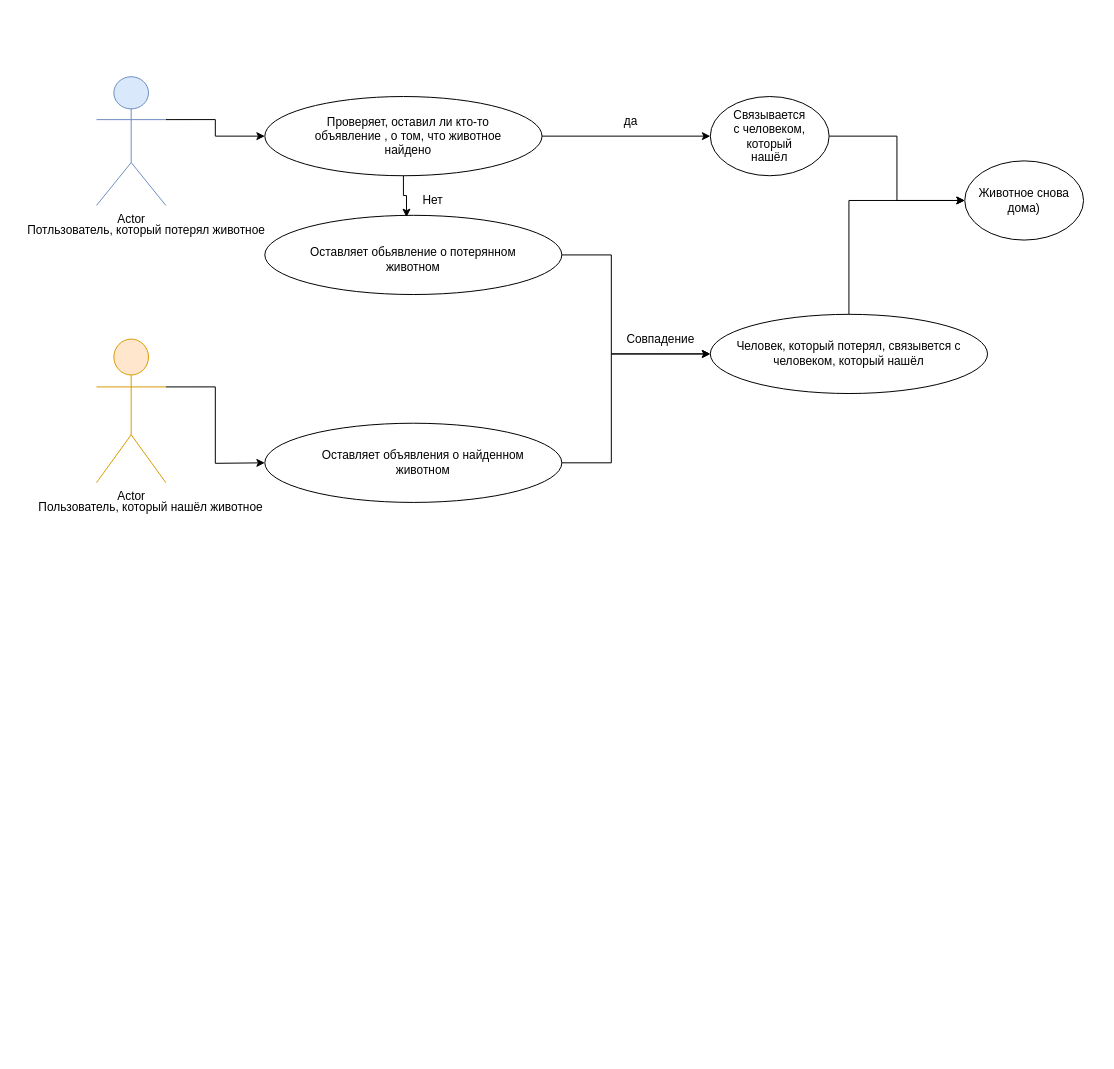
Before: page "Страница — 1" (1 of 2) of Диаграмма без названия.drawio in AnnDets/Find-your-pet, a draw.io diagram. Source tidied: cells renumbered, new cells numbered last; positions are measured from the earlier drawing's top-left corner, leaving out a move shared by most shapes. Both pictures are drawn from the tidied source at 99%, with x=0, y=0 at pixel (17, 76).
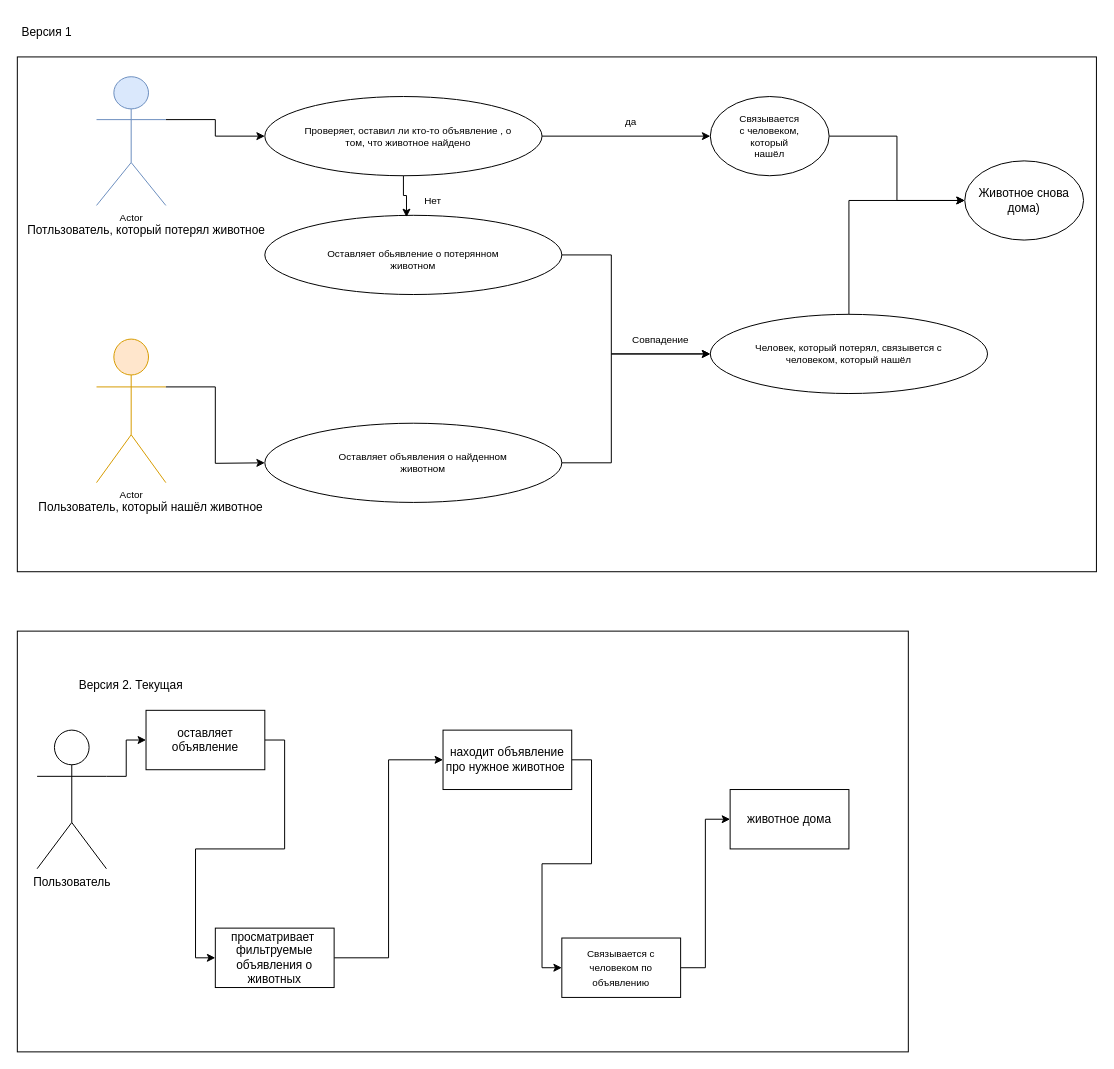
Above is the later version.

Commit message:
Обновление версия 2.drawio

Unchanged cells that the change refers to:
```xml
<mxCell id="27" value="Животное снова дома)" style="ellipse;whiteSpace=wrap;html=1;" parent="1" vertex="1">
  <mxGeometry x="957" y="85" width="120" height="80" as="geometry" />
</mxCell>
```

What changed in the source:
```diff
@@
+    <mxCell id="28" style="rounded=0;whiteSpace=wrap;html=1;" parent="1" vertex="1">
+      <mxGeometry y="560" width="900" height="425" as="geometry" />
+    </mxCell>
+    <mxCell id="29" style="whiteSpace=wrap;html=1;" parent="1" vertex="1">
+      <mxGeometry y="-20" width="1090" height="520" as="geometry" />
+    </mxCell>
-    <mxCell id="2" style="edgeStyle=orthogonalEdgeStyle;rounded=0;jettySize=auto;html=1;exitX=1;exitY=0.3333333333333333;exitDx=0;exitDy=0;exitPerimeter=0;entryX=0;entryY=0.5;entryDx=0;entryDy=0;" parent="1" edge="1" source="3" target="9">
+    <mxCell id="2" style="edgeStyle=orthogonalEdgeStyle;rounded=0;jettySize=auto;html=1;exitX=1;exitY=0.3333333333333333;exitDx=0;exitDy=0;exitPerimeter=0;entryX=0;entryY=0.5;entryDx=0;entryDy=0;fontSize=10;" parent="1" edge="1" source="3" target="9">
       <mxGeometry relative="1" as="geometry" />
     </mxCell>
-    <mxCell id="3" value="Actor" style="shape=umlActor;verticalLabelPosition=bottom;verticalAlign=top;html=1;outlineConnect=0;fillColor=#dae8fc;strokeColor=#6c8ebf;" parent="1" vertex="1">
+    <mxCell id="3" value="Actor" style="shape=umlActor;verticalLabelPosition=bottom;verticalAlign=top;html=1;outlineConnect=0;fillColor=#dae8fc;strokeColor=#6c8ebf;fontSize=10;" parent="1" vertex="1">
       <mxGeometry x="80" width="70" height="130" as="geometry" />
     </mxCell>
-    <mxCell id="4" style="edgeStyle=orthogonalEdgeStyle;rounded=0;jettySize=auto;html=1;exitX=1;exitY=0.3333333333333333;exitDx=0;exitDy=0;exitPerimeter=0;entryX=0;entryY=0.5;entryDx=0;entryDy=0;" parent="1" edge="1" source="5">
+    <mxCell id="4" style="edgeStyle=orthogonalEdgeStyle;rounded=0;jettySize=auto;html=1;exitX=1;exitY=0.3333333333333333;exitDx=0;exitDy=0;exitPerimeter=0;entryX=0;entryY=0.5;entryDx=0;entryDy=0;fontSize=10;" parent="1" edge="1" source="5">
       <mxGeometry relative="1" as="geometry">
         <mxPoint x="250" y="390" as="targetPoint" />
       </mxGeometry>
     </mxCell>
-    <mxCell id="5" value="Actor" style="shape=umlActor;verticalLabelPosition=bottom;verticalAlign=top;html=1;outlineConnect=0;fillColor=#ffe6cc;strokeColor=#d79b00;" parent="1" vertex="1">
+    <mxCell id="5" value="Actor" style="shape=umlActor;verticalLabelPosition=bottom;verticalAlign=top;html=1;outlineConnect=0;fillColor=#ffe6cc;strokeColor=#d79b00;fontSize=10;" parent="1" vertex="1">
       <mxGeometry x="80" y="265" width="70" height="145" as="geometry" />
     </mxCell>
@@
-    <mxCell id="8" style="edgeStyle=orthogonalEdgeStyle;rounded=0;jettySize=auto;html=1;exitX=1;exitY=0.5;exitDx=0;exitDy=0;entryX=0;entryY=0.5;entryDx=0;entryDy=0;" parent="1" edge="1" source="9" target="15">
+    <mxCell id="8" style="edgeStyle=orthogonalEdgeStyle;rounded=0;jettySize=auto;html=1;exitX=1;exitY=0.5;exitDx=0;exitDy=0;entryX=0;entryY=0.5;entryDx=0;entryDy=0;fontSize=10;" parent="1" edge="1" source="9" target="15">
       <mxGeometry relative="1" as="geometry" />
     </mxCell>
-    <mxCell id="9" style="ellipse;whiteSpace=wrap;html=1;" parent="1" vertex="1">
+    <mxCell id="9" style="ellipse;whiteSpace=wrap;html=1;fontSize=10;" parent="1" vertex="1">
       <mxGeometry x="250" y="20" width="280" height="80" as="geometry" />
     </mxCell>
-    <mxCell id="10" style="edgeStyle=orthogonalEdgeStyle;rounded=0;jettySize=auto;html=1;exitX=1;exitY=0.5;exitDx=0;exitDy=0;entryX=0;entryY=0.5;entryDx=0;entryDy=0;" parent="1" edge="1" source="11" target="24">
+    <mxCell id="10" style="edgeStyle=orthogonalEdgeStyle;rounded=0;jettySize=auto;html=1;exitX=1;exitY=0.5;exitDx=0;exitDy=0;entryX=0;entryY=0.5;entryDx=0;entryDy=0;fontSize=10;" parent="1" edge="1" source="11" target="24">
       <mxGeometry relative="1" as="geometry">
         <Array as="points">
           <mxPoint x="600" y="180" />
           <mxPoint x="600" y="280" />
         </Array>
       </mxGeometry>
     </mxCell>
-    <mxCell id="11" style="ellipse;whiteSpace=wrap;html=1;" parent="1" vertex="1">
+    <mxCell id="11" style="ellipse;whiteSpace=wrap;html=1;fontSize=10;" parent="1" vertex="1">
       <mxGeometry x="250" y="140" width="300" height="80" as="geometry" />
     </mxCell>
-    <mxCell id="12" value="Проверяет, оставил ли кто-то объявление , о том, что животное найдено" style="text;html=1;align=center;verticalAlign=middle;whiteSpace=wrap;rounded=0;" parent="1" vertex="1">
+    <mxCell id="12" value="Проверяет, оставил ли кто-то объявление , о том, что животное найдено" style="text;html=1;align=center;verticalAlign=middle;whiteSpace=wrap;rounded=0;fontSize=10;" parent="1" vertex="1">
       <mxGeometry x="280" y="45" width="230" height="30" as="geometry" />
     </mxCell>
-    <mxCell id="13" style="edgeStyle=orthogonalEdgeStyle;rounded=0;jettySize=auto;html=1;exitX=0.5;exitY=1;exitDx=0;exitDy=0;entryX=0.477;entryY=0.023;entryDx=0;entryDy=0;entryPerimeter=0;" parent="1" edge="1" source="9" target="11">
+    <mxCell id="13" style="edgeStyle=orthogonalEdgeStyle;rounded=0;jettySize=auto;html=1;exitX=0.5;exitY=1;exitDx=0;exitDy=0;entryX=0.477;entryY=0.023;entryDx=0;entryDy=0;entryPerimeter=0;fontSize=10;" parent="1" edge="1" source="9" target="11">
       <mxGeometry relative="1" as="geometry" />
     </mxCell>
-    <mxCell id="14" style="edgeStyle=orthogonalEdgeStyle;rounded=0;jettySize=auto;html=1;exitX=1;exitY=0.5;exitDx=0;exitDy=0;entryX=0;entryY=0.5;entryDx=0;entryDy=0;" parent="1" edge="1" source="15" target="27">
+    <mxCell id="14" style="edgeStyle=orthogonalEdgeStyle;rounded=0;jettySize=auto;html=1;exitX=1;exitY=0.5;exitDx=0;exitDy=0;entryX=0;entryY=0.5;entryDx=0;entryDy=0;fontSize=10;" parent="1" edge="1" source="15" target="27">
       <mxGeometry relative="1" as="geometry" />
     </mxCell>
-    <mxCell id="15" style="ellipse;whiteSpace=wrap;html=1;" parent="1" vertex="1">
+    <mxCell id="15" style="ellipse;whiteSpace=wrap;html=1;fontSize=10;" parent="1" vertex="1">
       <mxGeometry x="700" y="20" width="120" height="80" as="geometry" />
     </mxCell>
-    <mxCell id="16" value="да" style="text;html=1;align=center;verticalAlign=middle;whiteSpace=wrap;rounded=0;" parent="1" vertex="1">
+    <mxCell id="16" value="да" style="text;html=1;align=center;verticalAlign=middle;whiteSpace=wrap;rounded=0;fontSize=10;" parent="1" vertex="1">
       <mxGeometry x="590" y="30" width="60" height="30" as="geometry" />
     </mxCell>
-    <mxCell id="17" value="Связывается с человеком, который нашёл" style="text;html=1;align=center;verticalAlign=middle;whiteSpace=wrap;rounded=0;" parent="1" vertex="1">
+    <mxCell id="17" value="Связывается с человеком, который нашёл" style="text;html=1;align=center;verticalAlign=middle;whiteSpace=wrap;rounded=0;fontSize=10;" parent="1" vertex="1">
       <mxGeometry x="730" y="45" width="60" height="30" as="geometry" />
     </mxCell>
-    <mxCell id="18" value="Нет" style="text;html=1;align=center;verticalAlign=middle;whiteSpace=wrap;rounded=0;" parent="1" vertex="1">
+    <mxCell id="18" value="Нет" style="text;html=1;align=center;verticalAlign=middle;whiteSpace=wrap;rounded=0;fontSize=10;" parent="1" vertex="1">
       <mxGeometry x="390" y="110" width="60" height="30" as="geometry" />
     </mxCell>
-    <mxCell id="19" value="Оставляет обьявление о потерянном животном" style="text;html=1;align=center;verticalAlign=middle;whiteSpace=wrap;rounded=0;" parent="1" vertex="1">
+    <mxCell id="19" value="Оставляет обьявление о потерянном животном" style="text;html=1;align=center;verticalAlign=middle;whiteSpace=wrap;rounded=0;fontSize=10;" parent="1" vertex="1">
       <mxGeometry x="290" y="170" width="220" height="30" as="geometry" />
     </mxCell>
-    <mxCell id="20" style="edgeStyle=orthogonalEdgeStyle;rounded=0;jettySize=auto;html=1;exitX=1;exitY=0.5;exitDx=0;exitDy=0;entryX=0;entryY=0.5;entryDx=0;entryDy=0;" parent="1" edge="1" source="21" target="24">
+    <mxCell id="20" style="edgeStyle=orthogonalEdgeStyle;rounded=0;jettySize=auto;html=1;exitX=1;exitY=0.5;exitDx=0;exitDy=0;entryX=0;entryY=0.5;entryDx=0;entryDy=0;fontSize=10;" parent="1" edge="1" source="21" target="24">
       <mxGeometry relative="1" as="geometry">
         <Array as="points">
           <mxPoint x="600" y="390" />
           <mxPoint x="600" y="280" />
         </Array>
       </mxGeometry>
     </mxCell>
-    <mxCell id="21" style="ellipse;whiteSpace=wrap;html=1;" parent="1" vertex="1">
+    <mxCell id="21" style="ellipse;whiteSpace=wrap;html=1;fontSize=10;" parent="1" vertex="1">
       <mxGeometry x="250" y="350" width="300" height="80" as="geometry" />
     </mxCell>
-    <mxCell id="22" value="Оставляет объявления о найденном животном" style="text;html=1;align=center;verticalAlign=middle;whiteSpace=wrap;rounded=0;" parent="1" vertex="1">
+    <mxCell id="22" value="Оставляет объявления о найденном животном" style="text;html=1;align=center;verticalAlign=middle;whiteSpace=wrap;rounded=0;fontSize=10;" parent="1" vertex="1">
       <mxGeometry x="300" y="375" width="220" height="30" as="geometry" />
     </mxCell>
-    <mxCell id="23" style="edgeStyle=orthogonalEdgeStyle;rounded=0;jettySize=auto;html=1;exitX=0.5;exitY=0;exitDx=0;exitDy=0;entryX=0;entryY=0.5;entryDx=0;entryDy=0;" parent="1" edge="1" source="24" target="27">
+    <mxCell id="23" style="edgeStyle=orthogonalEdgeStyle;rounded=0;jettySize=auto;html=1;exitX=0.5;exitY=0;exitDx=0;exitDy=0;entryX=0;entryY=0.5;entryDx=0;entryDy=0;fontSize=10;" parent="1" edge="1" source="24" target="27">
       <mxGeometry relative="1" as="geometry" />
     </mxCell>
-    <mxCell id="24" style="ellipse;whiteSpace=wrap;html=1;" parent="1" vertex="1">
+    <mxCell id="24" style="ellipse;whiteSpace=wrap;html=1;fontSize=10;" parent="1" vertex="1">
       <mxGeometry x="700" y="240" width="280" height="80" as="geometry" />
     </mxCell>
-    <mxCell id="25" value="Совпадение" style="text;html=1;align=center;verticalAlign=middle;whiteSpace=wrap;rounded=0;" parent="1" vertex="1">
+    <mxCell id="25" value="Совпадение" style="text;html=1;align=center;verticalAlign=middle;whiteSpace=wrap;rounded=0;fontSize=10;" parent="1" vertex="1">
       <mxGeometry x="600" y="250" width="100" height="30" as="geometry" />
     </mxCell>
-    <mxCell id="26" value="Человек, который потерял, связывется с человеком, который нашёл" style="text;html=1;align=center;verticalAlign=middle;whiteSpace=wrap;rounded=0;" parent="1" vertex="1">
+    <mxCell id="26" value="Человек, который потерял, связывется с человеком, который нашёл" style="text;html=1;align=center;verticalAlign=middle;whiteSpace=wrap;rounded=0;fontSize=10;" parent="1" vertex="1">
       <mxGeometry x="720" y="265" width="240" height="30" as="geometry" />
     </mxCell>
@@
+    <mxCell id="30" style="edgeStyle=orthogonalEdgeStyle;rounded=0;jettySize=auto;html=1;exitX=1;exitY=0.3333333333333333;exitDx=0;exitDy=0;exitPerimeter=0;entryX=0;entryY=0.5;entryDx=0;entryDy=0;" parent="1" edge="1" source="31" target="35">
+      <mxGeometry relative="1" as="geometry" />
+    </mxCell>
+    <mxCell id="31" value="Пользователь" style="shape=umlActor;verticalLabelPosition=bottom;verticalAlign=top;html=1;outlineConnect=0;" parent="1" vertex="1">
+      <mxGeometry x="20" y="660" width="70" height="140" as="geometry" />
+    </mxCell>
+    <mxCell id="32" value="Версия 1" style="text;html=1;align=center;verticalAlign=middle;whiteSpace=wrap;rounded=0;" parent="1" vertex="1">
+      <mxGeometry y="-60" width="60" height="30" as="geometry" />
+    </mxCell>
+    <mxCell id="33" value="Версия 2. Текущая" style="text;html=1;align=center;verticalAlign=middle;whiteSpace=wrap;rounded=0;" parent="1" vertex="1">
+      <mxGeometry x="10" y="600" width="210" height="30" as="geometry" />
+    </mxCell>
+    <mxCell id="34" style="edgeStyle=orthogonalEdgeStyle;rounded=0;jettySize=auto;html=1;exitX=1;exitY=0.5;exitDx=0;exitDy=0;entryX=0;entryY=0.5;entryDx=0;entryDy=0;" parent="1" edge="1" source="35" target="37">
+      <mxGeometry relative="1" as="geometry" />
+    </mxCell>
+    <mxCell id="35" value="оставляет объявление" style="rounded=0;whiteSpace=wrap;html=1;" parent="1" vertex="1">
+      <mxGeometry x="130" y="640" width="120" height="60" as="geometry" />
+    </mxCell>
+    <mxCell id="36" style="edgeStyle=orthogonalEdgeStyle;rounded=0;jettySize=auto;html=1;exitX=1;exitY=0.5;exitDx=0;exitDy=0;entryX=0;entryY=0.5;entryDx=0;entryDy=0;" parent="1" edge="1" source="37" target="39">
+      <mxGeometry relative="1" as="geometry" />
+    </mxCell>
+    <mxCell id="37" value="просматривает&amp;nbsp; фильтруемые объявления о животных" style="rounded=0;whiteSpace=wrap;html=1;" parent="1" vertex="1">
+      <mxGeometry x="200" y="860" width="120" height="60" as="geometry" />
+    </mxCell>
+    <mxCell id="38" style="edgeStyle=orthogonalEdgeStyle;rounded=0;jettySize=auto;html=1;exitX=1;exitY=0.5;exitDx=0;exitDy=0;entryX=0;entryY=0.5;entryDx=0;entryDy=0;" parent="1" edge="1" source="39" target="42">
+      <mxGeometry relative="1" as="geometry" />
+    </mxCell>
+    <mxCell id="39" value="находит объявление про нужное животное&amp;nbsp;" style="rounded=0;whiteSpace=wrap;html=1;" parent="1" vertex="1">
+      <mxGeometry x="430" y="660" width="130" height="60" as="geometry" />
+    </mxCell>
+    <mxCell id="40" value="животное дома" style="rounded=0;whiteSpace=wrap;html=1;" parent="1" vertex="1">
+      <mxGeometry x="720" y="720" width="120" height="60" as="geometry" />
+    </mxCell>
+    <mxCell id="41" style="edgeStyle=orthogonalEdgeStyle;rounded=0;jettySize=auto;html=1;exitX=1;exitY=0.5;exitDx=0;exitDy=0;entryX=0;entryY=0.5;entryDx=0;entryDy=0;" parent="1" edge="1" source="42" target="40">
+      <mxGeometry relative="1" as="geometry" />
+    </mxCell>
+    <mxCell id="42" value="&lt;span style=&quot;font-size: 10px;&quot;&gt;Связывается с человеком по объявлению&lt;/span&gt;" style="rounded=0;whiteSpace=wrap;html=1;" parent="1" vertex="1">
+      <mxGeometry x="550" y="870" width="120" height="60" as="geometry" />
+    </mxCell>
```
